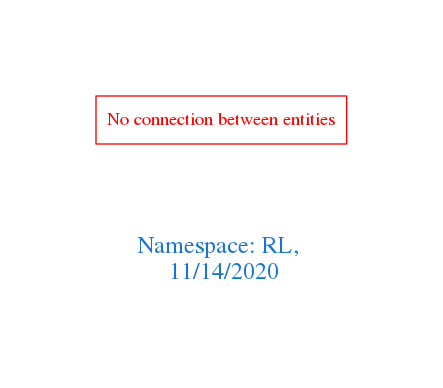
Before: downloads/RL.png, a diagram exported from Graphviz (arago/OGIT). Its source is kept beside it as downloads/RL.dot.
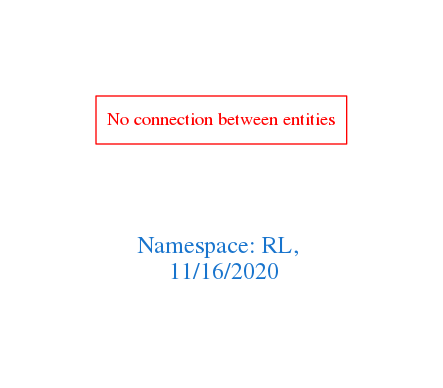
After the change.

The edit, as a diff of the source:
```diff
@@ -1,7 +1,7 @@
 digraph OGIT_ontology {
  graph [ rankdir= LR,pad=1
 fontsize = 18,
-fontcolor= dodgerblue3,label = "\n\n\nNamespace: RL, \n 11/14/2020"];
+fontcolor= dodgerblue3,label = "\n\n\nNamespace: RL, \n 11/16/2020"];
 node[shape=polygon];
 edge [  color="gray81"];
 
```
